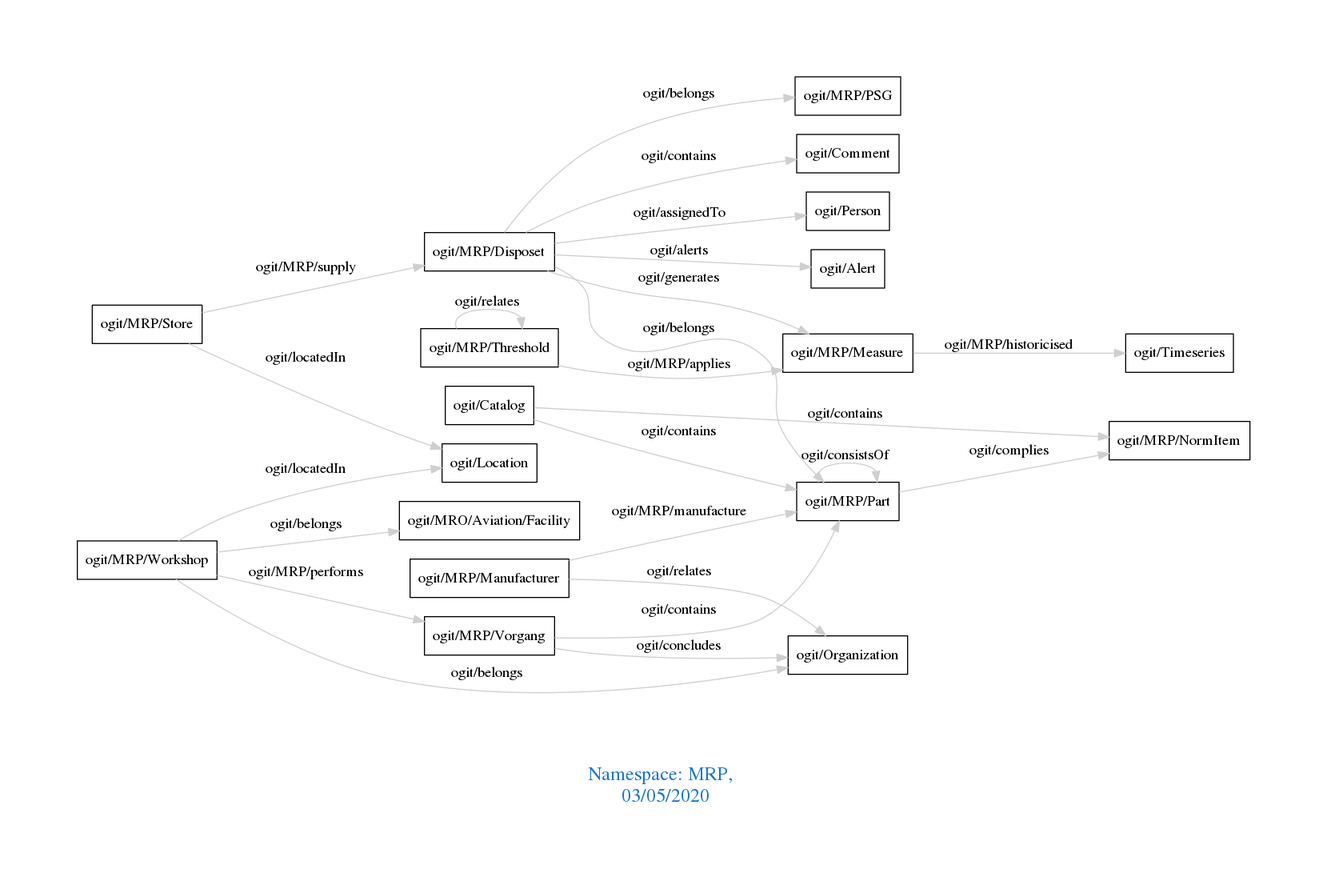
arago/OGIT keeps this Graphviz diagram as downloads/MRP.png. Above is the earlier version. Its source is kept beside it as downloads/MRP.dot.
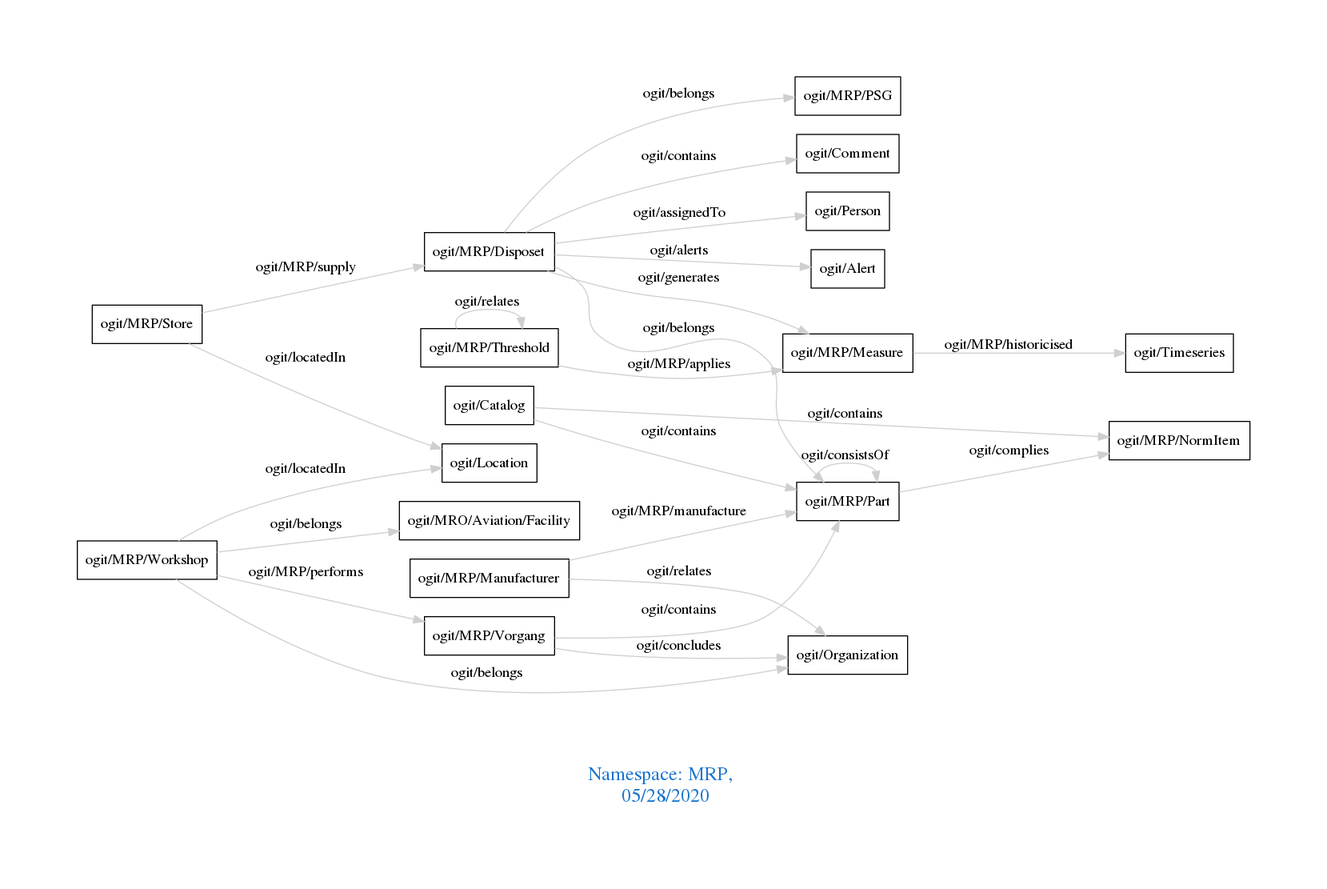
After the change.

Diff of the diagram source:
```diff
@@ -1,7 +1,7 @@
 digraph OGIT_ontology {
  graph [ rankdir= LR,pad=1
 fontsize = 18,
-fontcolor= dodgerblue3,label = "\n\n\nNamespace: MRP, \n 03/05/2020"];
+fontcolor= dodgerblue3,label = "\n\n\nNamespace: MRP, \n 05/28/2020"];
 node[shape=polygon];
 edge [  color="gray81"];
 
```
